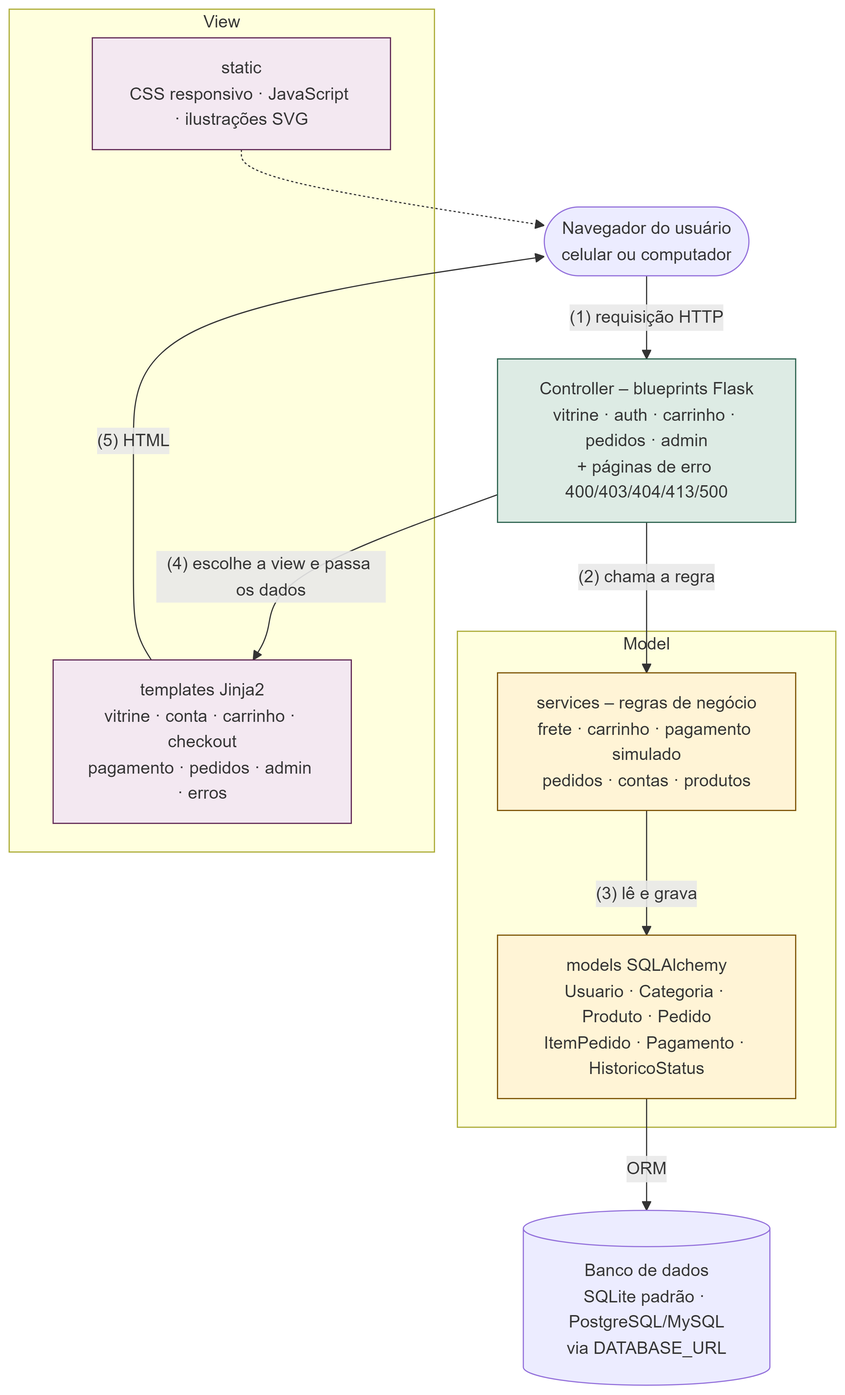
Before: docs/desenvolvimento/img/04-arquitetura-mvc.png, a diagram exported from Mermaid (gabrielmenezes007/projeto-LaCakes). Its source is kept beside it as docs/desenvolvimento/diagramas/04-arquitetura-mvc.mmd.
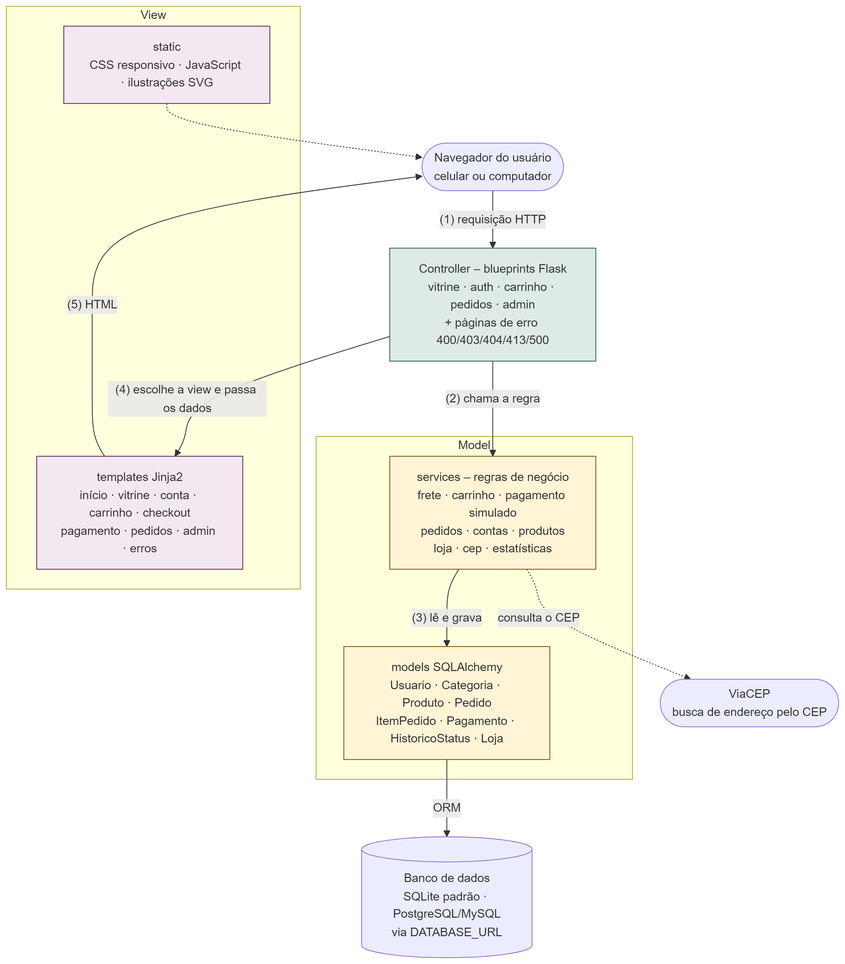
Later version of the same file.

Change to the diagram source:
```diff
@@ -3,14 +3,15 @@
   C[Controller – blueprints Flask<br/>vitrine · auth · carrinho · pedidos · admin<br/>+ páginas de erro 400/403/404/413/500]
   subgraph M[Model]
     direction TB
-    SV[services – regras de negócio<br/>frete · carrinho · pagamento simulado<br/>pedidos · contas · produtos]
-    MD[models SQLAlchemy<br/>Usuario · Categoria · Produto · Pedido<br/>ItemPedido · Pagamento · HistoricoStatus]
+    SV[services – regras de negócio<br/>frete · carrinho · pagamento simulado<br/>pedidos · contas · produtos<br/>loja · cep · estatísticas]
+    MD[models SQLAlchemy<br/>Usuario · Categoria · Produto · Pedido<br/>ItemPedido · Pagamento · HistoricoStatus · Loja]
   end
   subgraph V[View]
     direction TB
-    T[templates Jinja2<br/>vitrine · conta · carrinho · checkout<br/>pagamento · pedidos · admin · erros]
+    T[templates Jinja2<br/>início · vitrine · conta · carrinho · checkout<br/>pagamento · pedidos · admin · erros]
     S[static<br/>CSS responsivo · JavaScript · ilustrações SVG]
   end
+  VC([ViaCEP<br/>busca de endereço pelo CEP])
   DB[(Banco de dados<br/>SQLite padrão · PostgreSQL/MySQL<br/>via DATABASE_URL)]
   U -- "(1) requisição HTTP" --> C
   C -- "(2) chama a regra" --> SV
@@ -19,6 +20,7 @@
   C -- "(4) escolhe a view e passa os dados" --> T
   T -- "(5) HTML" --> U
   S -.-> U
+  SV -. "consulta o CEP" .-> VC
   classDef v fill:#F3E8F1,stroke:#5D2452
   classDef c fill:#DDEBE4,stroke:#29604C
   classDef m fill:#FFF4D6,stroke:#7A5000
```
